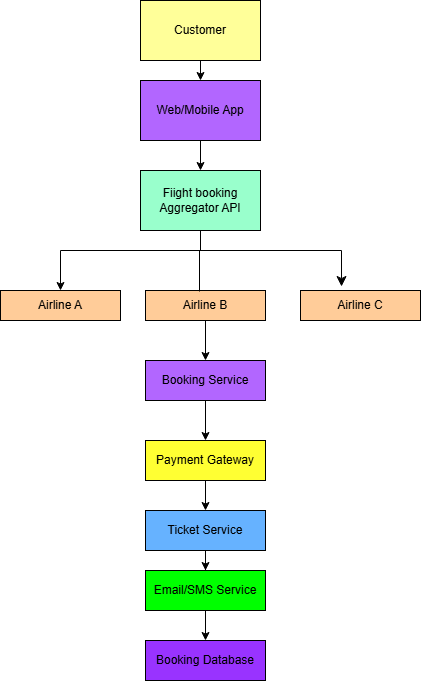
Earlier version of the draw.io export system-overview.png (Vrushali112207/flight-booking-aggregator-api-docs). Source tidied: cells renumbered, new cells last; positions are measured from the earlier drawing's top-left corner, leaving out a move shared by most shapes.
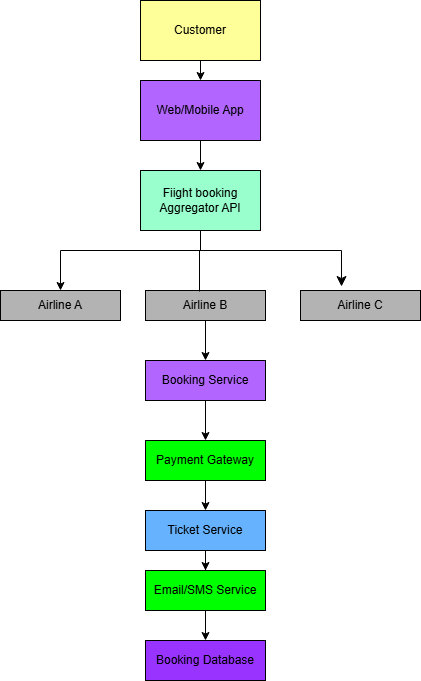
The same diagram one commit later.

Diff of the diagram source:
```diff
@@ -25,10 +25,10 @@
     <mxCell id="7" value="Fiight booking Aggregator API" style="rounded=0;whiteSpace=wrap;html=1;fillColor=#99FFCC;" parent="1" vertex="1">
       <mxGeometry x="140" y="170" width="120" height="60" as="geometry" />
     </mxCell>
-    <mxCell id="8" value="Airline A" style="rounded=0;whiteSpace=wrap;html=1;fillColor=#FFCC99;" parent="1" vertex="1">
+    <mxCell id="8" value="Airline A" style="rounded=0;whiteSpace=wrap;html=1;fillColor=#B3B3B3;" parent="1" vertex="1">
       <mxGeometry y="290" width="120" height="30" as="geometry" />
     </mxCell>
-    <mxCell id="9" value="Airline C" style="rounded=0;whiteSpace=wrap;html=1;fillColor=#FFCC99;" parent="1" vertex="1">
+    <mxCell id="9" value="Airline C" style="rounded=0;whiteSpace=wrap;html=1;fillColor=#B3B3B3;" parent="1" vertex="1">
       <mxGeometry x="300" y="290" width="120" height="30" as="geometry" />
     </mxCell>
     <mxCell id="10" style="edgeStyle=orthogonalEdgeStyle;rounded=0;jettySize=auto;html=1;exitX=0.5;exitY=1;exitDx=0;exitDy=0;" parent="1" edge="1" source="11">
@@ -36,7 +36,7 @@
         <mxPoint x="205" y="360" as="targetPoint" />
       </mxGeometry>
     </mxCell>
-    <mxCell id="11" value="Airline B" style="rounded=0;whiteSpace=wrap;html=1;fillColor=#FFCC99;" parent="1" vertex="1">
+    <mxCell id="11" value="Airline B" style="rounded=0;whiteSpace=wrap;html=1;fillColor=#B3B3B3;" parent="1" vertex="1">
       <mxGeometry x="145" y="290" width="120" height="30" as="geometry" />
     </mxCell>
     <mxCell id="12" style="endArrow=classic;html=1;rounded=0;" parent="1" edge="1" source="7">
@@ -61,7 +61,7 @@
     <mxCell id="16" style="edgeStyle=orthogonalEdgeStyle;rounded=0;jettySize=auto;html=1;" parent="1" edge="1" source="17" target="19">
       <mxGeometry relative="1" as="geometry" />
     </mxCell>
-    <mxCell id="17" value="Payment Gateway" style="whiteSpace=wrap;html=1;fillColor=#FFFF33;" parent="1" vertex="1">
+    <mxCell id="17" value="Payment Gateway" style="whiteSpace=wrap;html=1;fillColor=#00FF00;" parent="1" vertex="1">
       <mxGeometry x="145" y="440" width="120" height="40" as="geometry" />
     </mxCell>
     <mxCell id="18" style="edgeStyle=orthogonalEdgeStyle;rounded=0;jettySize=auto;html=1;" parent="1" edge="1" source="19" target="21">
```
